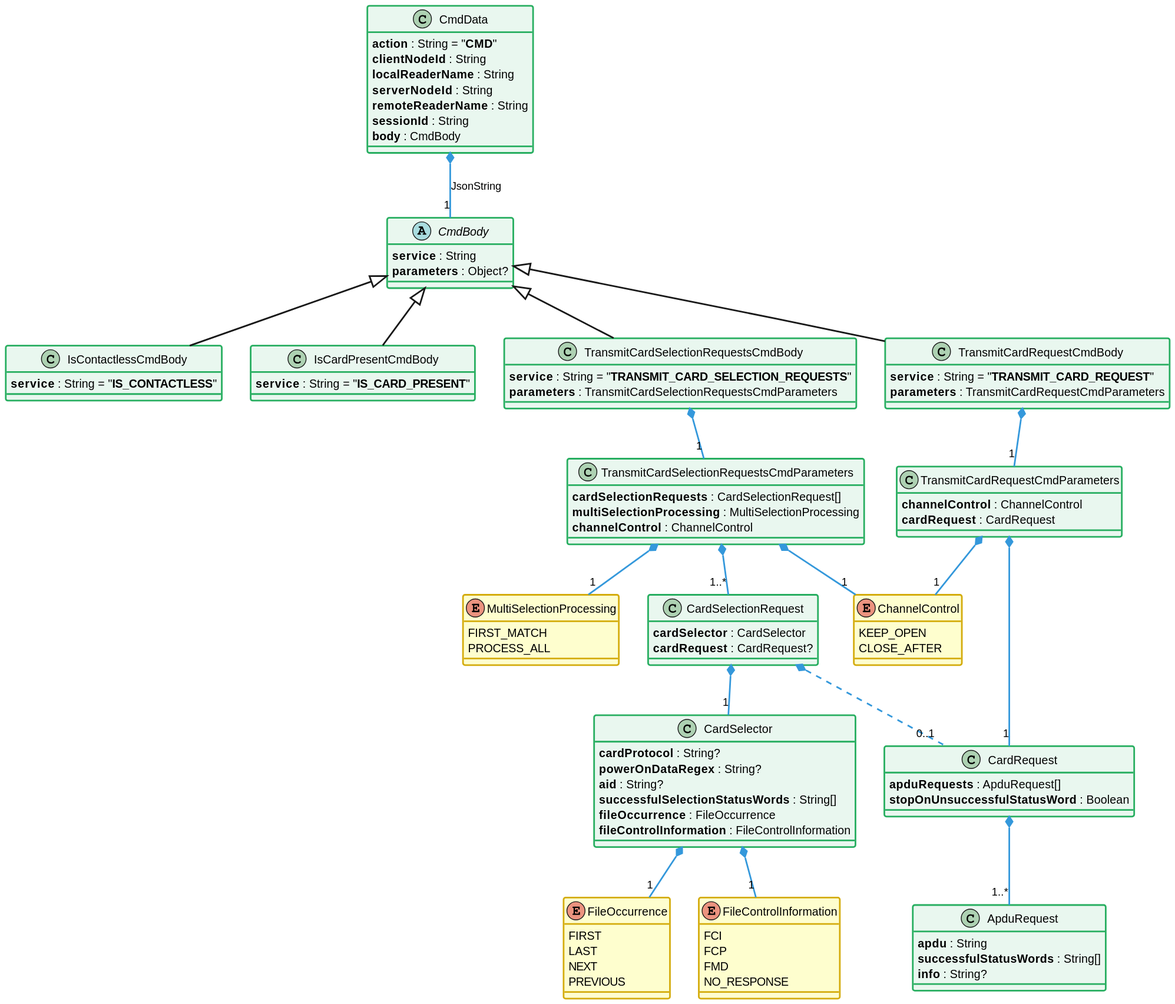
Earlier version of the PlantUML export static/media/learn/user-guide/distributed-json-api/distributedJsonApi_classDiagram_cmd.svg (eclipse-keyple/keyple-website). The source it was exported from:
```plantuml
@startuml


!define C_GREY1 F8F9F9
!define C_GREY2 F2F3F4
!define C_GREY3 E5E7E9
!define C_GREY4 D7DBDD
!define C_GREY5 CACFD2
!define C_GREY6 BDC3C7
!define C_LINK 3498DB
!define C_USE 27AE60

skinparam stereotypeABorderColor #A9DCDF
skinparam stereotypeIBorderColor #B4A7E5
skinparam stereotypeCBorderColor #ADD1B2
skinparam stereotypeEBorderColor #EB93DF

skinparam ClassBorderThickness 2
skinparam ArrowThickness 2

skinparam ClassBackgroundColor #FEFECE
skinparam ClassBorderColor #D4AC0D
skinparam ClassBackgroundColor<<red>> #FDEDEC
skinparam ClassBorderColor<<red>> #E74C3C
hide <<red>> stereotype
skinparam ClassBackgroundColor<<purple>> #F4ECF7
skinparam ClassBorderColor<<purple>> #8E44AD
hide <<purple>> stereotype
skinparam ClassBackgroundColor<<blue>> #EBF5FB
skinparam ClassBorderColor<<blue>> #3498DB
hide <<blue>> stereotype
skinparam ClassBackgroundColor<<green>> #E9F7EF
skinparam ClassBorderColor<<green>> #27AE60
hide <<green>> stereotype
skinparam ClassBackgroundColor<<grey>> #EAECEE
skinparam ClassBorderColor<<grey>> #2C3E50
hide <<grey>> stereotype


class CmdData {
    **action** : String = "**CMD**"
    **clientNodeId** : String
    **localReaderName** : String
    **serverNodeId** : String
    **remoteReaderName** : String
    **sessionId** : String
    **body** : CmdBody
}
abstract class CmdBody {
    **service** : String
    **parameters** : Object?
}

class IsContactlessCmdBody extends CmdBody {
    **service** : String = "**IS_CONTACTLESS**"
}

class IsCardPresentCmdBody extends CmdBody {
    **service** : String = "**IS_CARD_PRESENT**"
}

class TransmitCardSelectionRequestsCmdBody extends CmdBody {
    **service** : String = "**TRANSMIT_CARD_SELECTION_REQUESTS**"
    **parameters** : TransmitCardSelectionRequestsCmdParameters
}
class TransmitCardSelectionRequestsCmdParameters {
    **cardSelectionRequests** : CardSelectionRequest[]
    **multiSelectionProcessing** : MultiSelectionProcessing
    **channelControl** : ChannelControl
}
enum MultiSelectionProcessing {
    FIRST_MATCH
    PROCESS_ALL
}
class CardSelectionRequest {
    **cardSelector** : CardSelector
    **cardRequest** : CardRequest?
}
class CardSelector {
    **cardProtocol** : String?
    **powerOnDataRegex** : String?
    **aid** : String?
    **successfulSelectionStatusWords** : String[]
    **fileOccurrence** : FileOccurrence
    **fileControlInformation** : FileControlInformation
}
enum FileOccurrence {
    FIRST
    LAST
    NEXT
    PREVIOUS
}
enum FileControlInformation {
    FCI
    FCP
    FMD
    NO_RESPONSE
}
class CardRequest {
    **apduRequests** : ApduRequest[]
    **stopOnUnsuccessfulStatusWord** : Boolean
}
class ApduRequest {
    **apdu** : String
    **successfulStatusWords** : String[]
    **info** : String?
}
enum ChannelControl {
    KEEP_OPEN
    CLOSE_AFTER
}

class TransmitCardRequestCmdBody extends CmdBody {
    **service** : String = "**TRANSMIT_CARD_REQUEST**"
    **parameters** : TransmitCardRequestCmdParameters
}
class TransmitCardRequestCmdParameters {
    **channelControl** : ChannelControl
    **cardRequest** : CardRequest
}


CmdData *-- "1" CmdBody #C_LINK : JsonString

TransmitCardSelectionRequestsCmdBody *-- "1" TransmitCardSelectionRequestsCmdParameters #C_LINK

TransmitCardSelectionRequestsCmdParameters *-- "1..*" CardSelectionRequest #C_LINK
TransmitCardSelectionRequestsCmdParameters *-- "1" MultiSelectionProcessing #C_LINK
TransmitCardSelectionRequestsCmdParameters *-- "1" ChannelControl #C_LINK

CardSelectionRequest *-- "1" CardSelector #C_LINK
CardSelectionRequest *.. "0..1" CardRequest #C_LINK

CardSelector *-- "1" FileOccurrence #C_LINK
CardSelector *-- "1" FileControlInformation #C_LINK

CardRequest *-- "1..*" ApduRequest #C_LINK

TransmitCardRequestCmdBody *-- "1" TransmitCardRequestCmdParameters #C_LINK

TransmitCardRequestCmdParameters *-- "1" ChannelControl #C_LINK
TransmitCardRequestCmdParameters *-- "1" CardRequest #C_LINK



class CmdData <<green>>
abstract class CmdBody <<green>>

class TransmitCardSelectionRequestsCmdBody <<green>>
class TransmitCardSelectionRequestsCmdParameters <<green>>
class CardSelectionRequest <<green>>
class CardSelector <<green>>
class CardRequest <<green>>
class ApduRequest <<green>>

class TransmitCardRequestCmdBody <<green>>
class TransmitCardRequestCmdParameters <<green>>

class IsCardPresentCmdBody <<green>>

class IsContactlessCmdBody <<green>>
@enduml
```
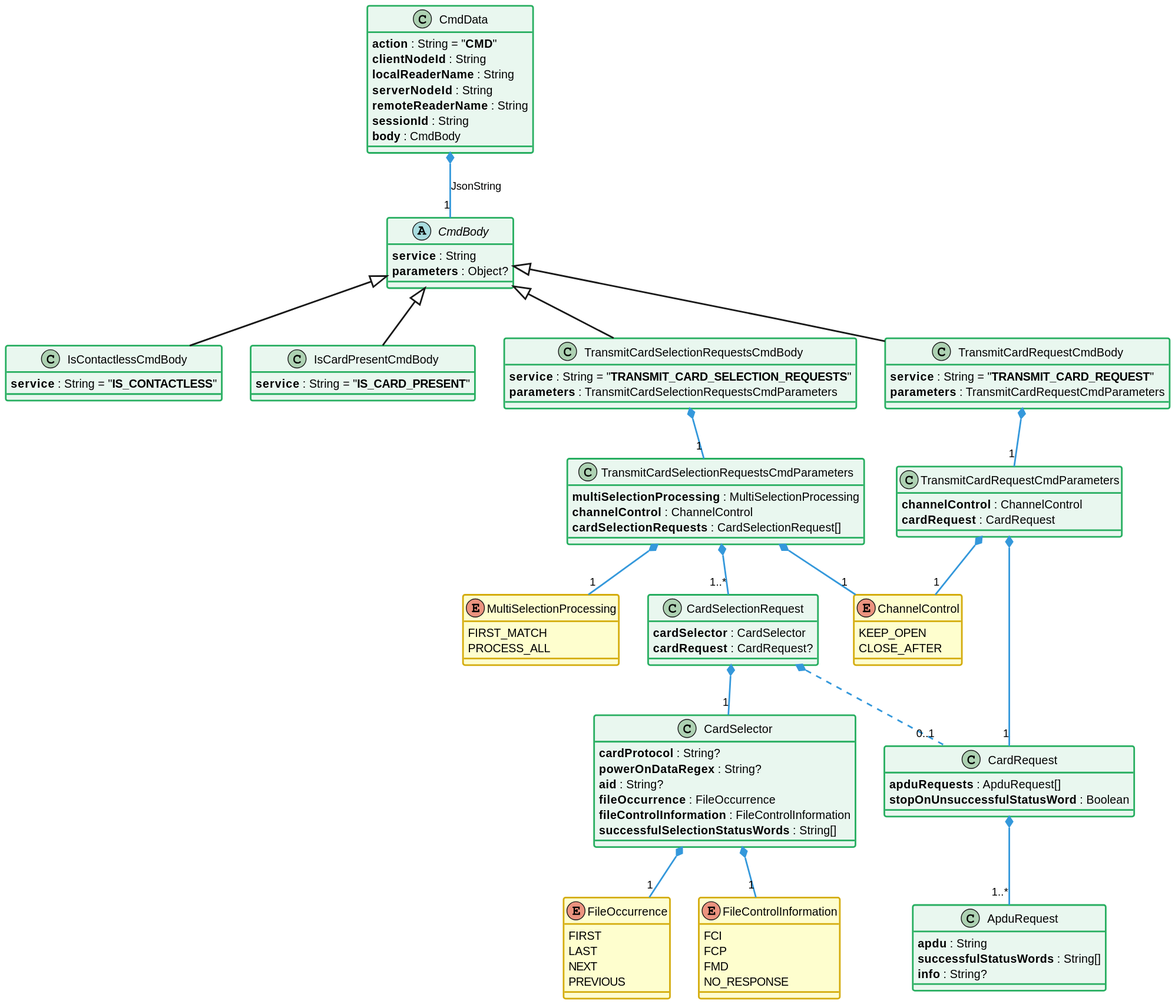
The same file after the commit.

The edit, as a diff of the source:
```diff
@@ -64,9 +64,9 @@
     **parameters** : TransmitCardSelectionRequestsCmdParameters
 }
 class TransmitCardSelectionRequestsCmdParameters {
-    **cardSelectionRequests** : CardSelectionRequest[]
     **multiSelectionProcessing** : MultiSelectionProcessing
     **channelControl** : ChannelControl
+    **cardSelectionRequests** : CardSelectionRequest[]
 }
 enum MultiSelectionProcessing {
     FIRST_MATCH
@@ -80,9 +80,9 @@
     **cardProtocol** : String?
     **powerOnDataRegex** : String?
     **aid** : String?
-    **successfulSelectionStatusWords** : String[]
     **fileOccurrence** : FileOccurrence
     **fileControlInformation** : FileControlInformation
+    **successfulSelectionStatusWords** : String[]
 }
 enum FileOccurrence {
     FIRST
```
